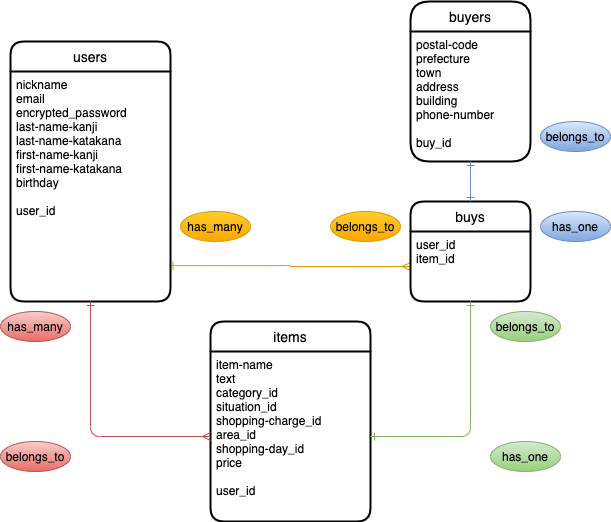
This is furima..drawio.png from hika0403/furima-33385, a draw.io export, as it was before one commit. Source tidied: cells renumbered, new cells last; positions are measured from the earlier drawing's top-left corner, leaving out a move shared by most shapes.
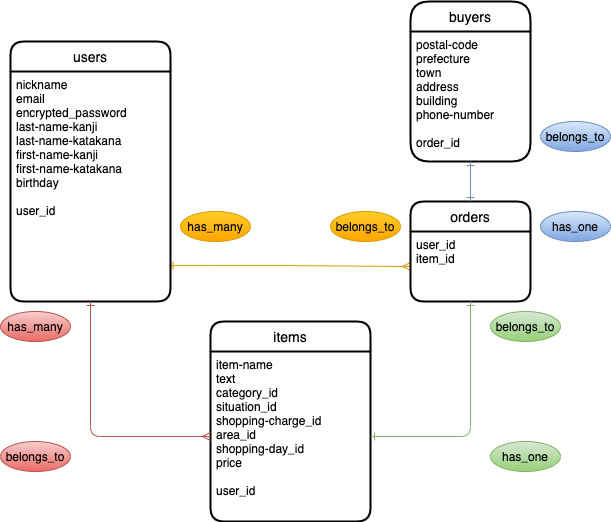
Above is the later version.

Commit message:
orderテーブルへ名前の変更

Change to the diagram source:
```diff
@@ -11,7 +11,7 @@
     <mxCell id="4" value="nickname&#10;email&#10;encrypted_password&#10;last-name-kanji&#10;last-name-katakana&#10;first-name-kanji&#10;first-name-katakana&#10;birthday&#10;&#10;user_id" style="align=left;strokeColor=none;fillColor=none;spacingLeft=4;fontSize=12;verticalAlign=top;" parent="3" vertex="1">
       <mxGeometry y="30" width="160" height="230" as="geometry" />
     </mxCell>
-    <mxCell id="5" value="buys" style="swimlane;horizontal=1;startSize=30;rounded=1;fontSize=14;fontStyle=0;strokeWidth=2;shadow=0;dashed=0;align=center;sketch=0;" parent="1" vertex="1">
+    <mxCell id="5" value="orders" style="swimlane;horizontal=1;startSize=30;rounded=1;fontSize=14;fontStyle=0;strokeWidth=2;shadow=0;dashed=0;align=center;sketch=0;" parent="1" vertex="1">
       <mxGeometry x="410" y="200" width="120" height="100" as="geometry" />
     </mxCell>
     <mxCell id="6" value="user_id&#10;item_id&#10;" style="align=left;strokeColor=none;fillColor=none;spacingLeft=4;fontSize=12;verticalAlign=top;" parent="5" vertex="1">
@@ -20,7 +20,7 @@
     <mxCell id="7" value="buyers" style="swimlane;horizontal=1;startSize=30;rounded=1;fontSize=14;fontStyle=0;strokeWidth=2;shadow=0;dashed=0;align=center;sketch=0;arcSize=21;" parent="1" vertex="1">
       <mxGeometry x="410" width="120" height="160" as="geometry" />
     </mxCell>
-    <mxCell id="8" value="postal-code&#10;prefecture&#10;town&#10;address&#10;building&#10;phone-number&#10;&#10;buy_id" style="align=left;strokeColor=none;fillColor=none;spacingLeft=4;fontSize=12;verticalAlign=top;" parent="7" vertex="1">
+    <mxCell id="8" value="postal-code&#10;prefecture&#10;town&#10;address&#10;building&#10;phone-number&#10;&#10;order_id" style="align=left;strokeColor=none;fillColor=none;spacingLeft=4;fontSize=12;verticalAlign=top;" parent="7" vertex="1">
       <mxGeometry y="30" width="120" height="130" as="geometry" />
     </mxCell>
     <mxCell id="9" value="items" style="swimlane;horizontal=1;startSize=30;rounded=1;fontSize=14;fontStyle=0;strokeWidth=2;shadow=0;dashed=0;align=center;sketch=0;" parent="1" vertex="1">
```
